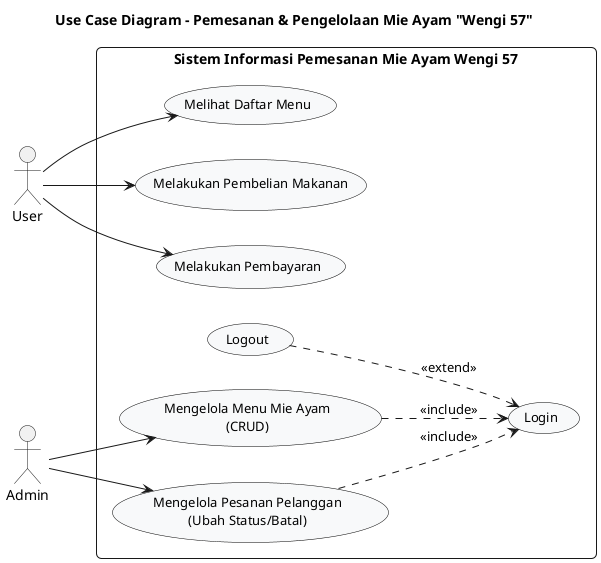
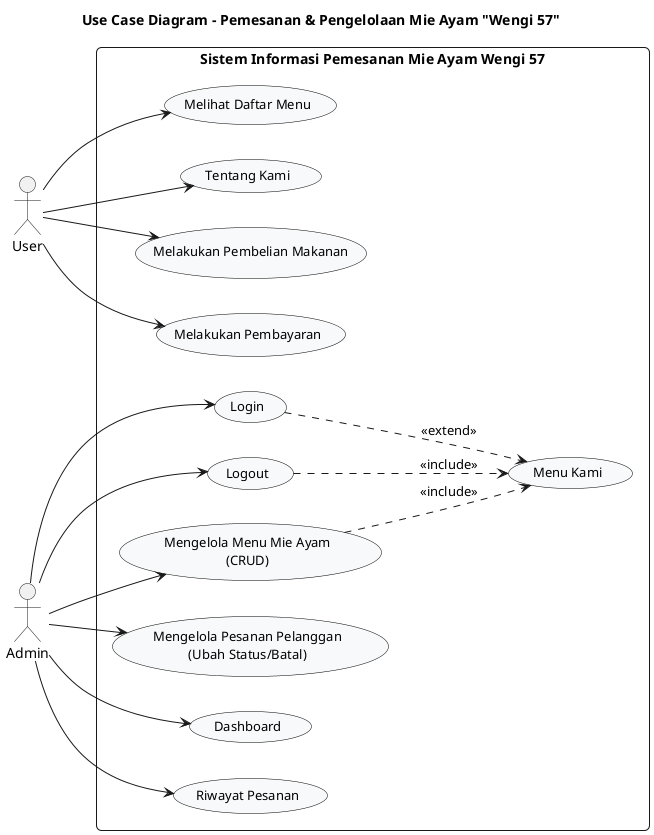
@startuml Mie Ayam Wengi 57 UseCase
left to right direction
skinparam packageStyle rectangle
skinparam roundcorner 10
skinparam theme cerulean-outline

skinparam usecase {
  BackgroundColor #f8f9fa
  BorderColor #000000
  FontSize 13
  FontName "Helvetica"
}
skinparam actorStyle stickman

title **Use Case Diagram - Pemesanan & Pengelolaan Mie Ayam "Wengi 57"**

actor "User" as User
actor "Admin" as Admin

rectangle "Sistem Informasi Pemesanan Mie Ayam Wengi 57" {

  usecase "Melihat Daftar Menu" as U1
-   usecase "Melakukan Pembelian Makanan" as U2
-   usecase "Melakukan Pembayaran" as U3
-   usecase "Login" as U4
-   usecase "Logout" as U5
-   usecase "Mengelola Menu Mie Ayam\n(CRUD)" as U6
-   usecase "Mengelola Pesanan Pelanggan\n(Ubah Status/Batal)" as U7
+   usecase "Tentang Kami" as U2
+   usecase "Menu Kami" as U4
+   usecase "Melakukan Pembelian Makanan" as U3
+   usecase "Melakukan Pembayaran" as U5_pay
+   usecase "Login" as U5
+   usecase "Logout" as U6
+   usecase "Mengelola Menu Mie Ayam\n(CRUD)" as U7
+   usecase "Mengelola Pesanan Pelanggan\n(Ubah Status/Batal)" as U8
+   usecase "Dashboard" as UDashboard
+   usecase "Riwayat Pesanan" as URiwayat
}

' --- Hubungan aktor ke use case ---
User --> U1
User --> U2
User --> U3
+ User --> U5_pay

Admin --> U6
Admin --> U7
+ Admin --> U8
+ Admin --> U5
+ Admin --> UDashboard
+ Admin --> URiwayat
+ 

' --- Relasi include ---
U6 ..> U4 : <<include>>
U7 ..> U4 : <<include>>
U5 ..> U4 : <<extend>>

@enduml
